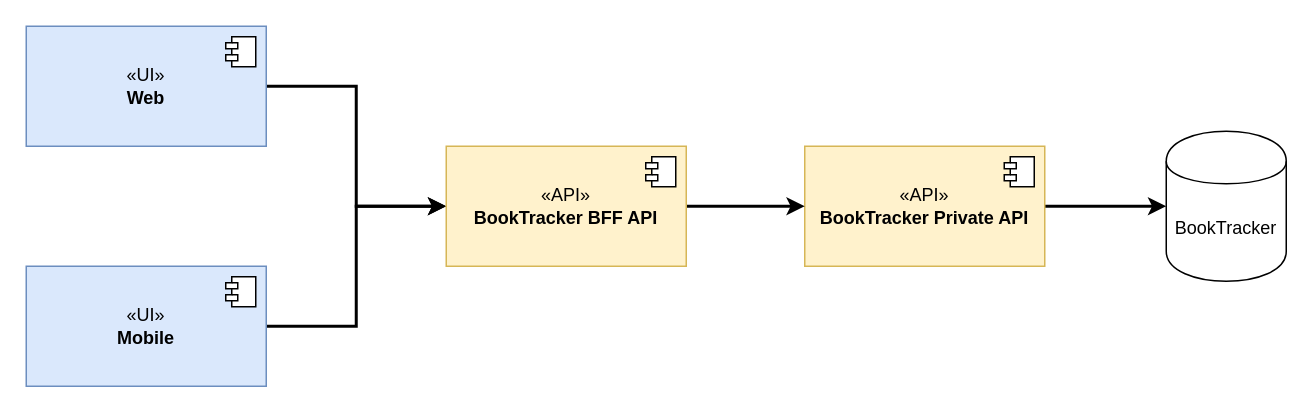
Earlier version of the draw.io diagram docs/ComponentDiagram.drawio (LionLion111/BookTracker-norison-). Source tidied: cells renumbered, new cells numbered last; positions are measured from the earlier drawing's top-left corner, leaving out a move shared by most shapes. Both pictures are drawn from the tidied source at 150%, with x=0, y=0 at pixel (26, 26).
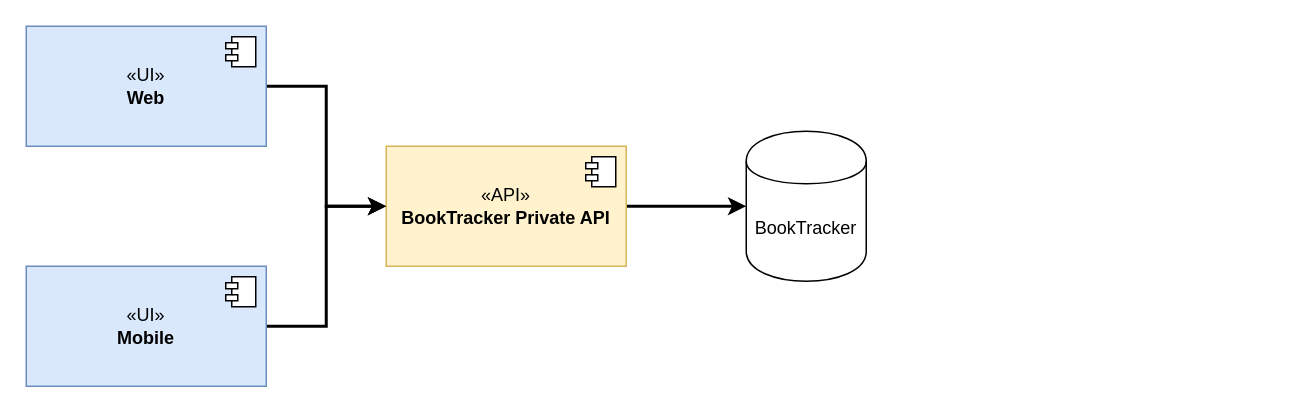
The same page after the edit.

The edit, as a diff of the source:
```diff
@@
 <mxGraphModel>
   <root>
     <mxCell id="0" />
     <mxCell id="1" parent="0" />
     <mxCell id="2" style="edgeStyle=orthogonalEdgeStyle;rounded=0;jettySize=auto;html=1;strokeWidth=2;" parent="1" edge="1" source="3" target="5">
       <mxGeometry relative="1" as="geometry" />
     </mxCell>
     <mxCell id="3" value="«API»&lt;br&gt;&lt;b&gt;BookTracker Private API&lt;/b&gt;" style="html=1;whiteSpace=wrap;fillColor=#fff2cc;strokeColor=#d6b656;" parent="1" vertex="1">
-      <mxGeometry x="519" y="80" width="160" height="80" as="geometry" />
+      <mxGeometry x="240" y="80" width="160" height="80" as="geometry" />
     </mxCell>
     <mxCell id="4" style="shape=module;jettyWidth=8;jettyHeight=4;" parent="3" vertex="1">
       <mxGeometry x="1" width="20" height="20" relative="1" as="geometry">
         <mxPoint x="-27" y="7" as="offset" />
       </mxGeometry>
     </mxCell>
     <mxCell id="5" value="BookTracker" style="shape=cylinder;whiteSpace=wrap;html=1;boundedLbl=1;backgroundOutline=1;" parent="1" vertex="1">
-      <mxGeometry x="760" y="70" width="80" height="100" as="geometry" />
+      <mxGeometry x="480" y="70" width="80" height="100" as="geometry" />
     </mxCell>
-    <mxCell id="6" style="edgeStyle=orthogonalEdgeStyle;rounded=0;jettySize=auto;html=1;strokeWidth=2;" parent="1" edge="1" source="7" target="13">
+    <mxCell id="6" style="edgeStyle=orthogonalEdgeStyle;rounded=0;jettySize=auto;html=1;strokeWidth=2;" parent="1" edge="1" source="7" target="3">
       <mxGeometry relative="1" as="geometry" />
     </mxCell>
     <mxCell id="7" value="«UI»&lt;br&gt;&lt;b&gt;Web&lt;/b&gt;" style="html=1;whiteSpace=wrap;fillColor=#dae8fc;strokeColor=#6c8ebf;" parent="1" vertex="1">
       <mxGeometry width="160" height="80" as="geometry" />
     </mxCell>
     <mxCell id="8" style="shape=module;jettyWidth=8;jettyHeight=4;" parent="7" vertex="1">
       <mxGeometry x="1" width="20" height="20" relative="1" as="geometry">
         <mxPoint x="-27" y="7" as="offset" />
       </mxGeometry>
     </mxCell>
-    <mxCell id="9" style="edgeStyle=orthogonalEdgeStyle;rounded=0;jettySize=auto;html=1;strokeWidth=2;" parent="1" edge="1" source="10" target="13">
+    <mxCell id="9" style="edgeStyle=orthogonalEdgeStyle;rounded=0;jettySize=auto;html=1;strokeWidth=2;" parent="1" edge="1" source="10" target="3">
       <mxGeometry relative="1" as="geometry" />
     </mxCell>
     <mxCell id="10" value="«UI»&lt;br&gt;&lt;b&gt;Mobile&lt;/b&gt;" style="html=1;whiteSpace=wrap;fillColor=#dae8fc;strokeColor=#6c8ebf;" parent="1" vertex="1">
       <mxGeometry y="160" width="160" height="80" as="geometry" />
     </mxCell>
     <mxCell id="11" style="shape=module;jettyWidth=8;jettyHeight=4;" parent="10" vertex="1">
       <mxGeometry x="1" width="20" height="20" relative="1" as="geometry">
         <mxPoint x="-27" y="7" as="offset" />
       </mxGeometry>
     </mxCell>
-    <mxCell id="12" style="edgeStyle=orthogonalEdgeStyle;rounded=0;jettySize=auto;html=1;strokeWidth=2;" parent="1" edge="1" source="13" target="3">
-      <mxGeometry relative="1" as="geometry" />
-    </mxCell>
-    <mxCell id="13" value="«API»&lt;br&gt;&lt;b&gt;BookTracker BFF API&lt;/b&gt;" style="html=1;whiteSpace=wrap;fillColor=#fff2cc;strokeColor=#d6b656;" parent="1" vertex="1">
-      <mxGeometry x="280" y="80" width="160" height="80" as="geometry" />
-    </mxCell>
-    <mxCell id="14" style="shape=module;jettyWidth=8;jettyHeight=4;" parent="13" vertex="1">
-      <mxGeometry x="1" width="20" height="20" relative="1" as="geometry">
-        <mxPoint x="-27" y="7" as="offset" />
-      </mxGeometry>
-    </mxCell>
   </root>
 </mxGraphModel>
```
